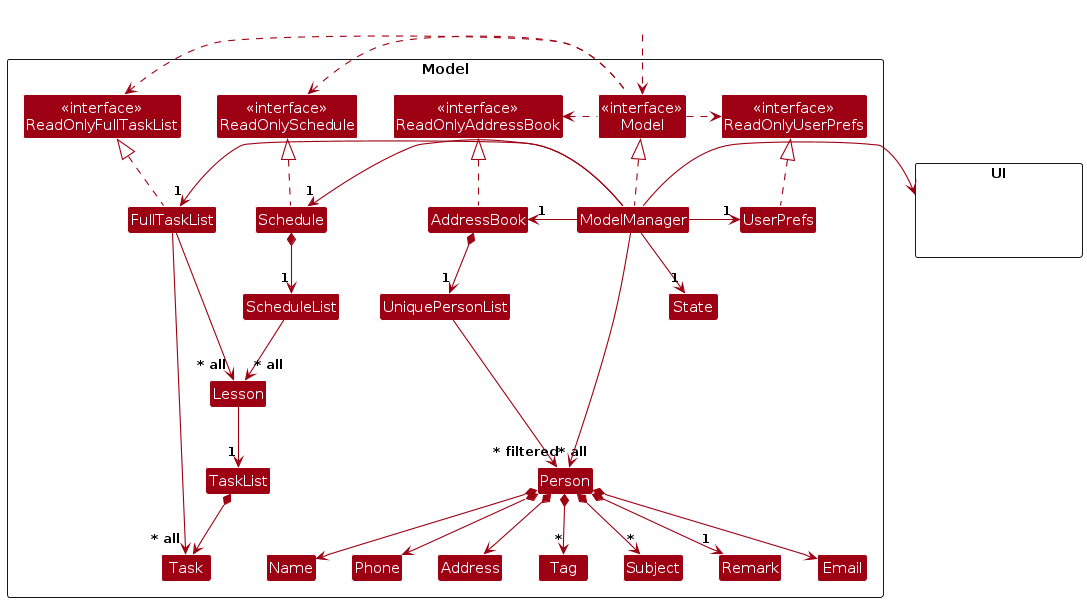
Above: diagrams/ModelClassDiagram.png in AY2324S1-CS2103T-T11-3/tp (PlantUML), before the change. Its source is kept beside it as diagrams/ModelClassDiagram.puml.
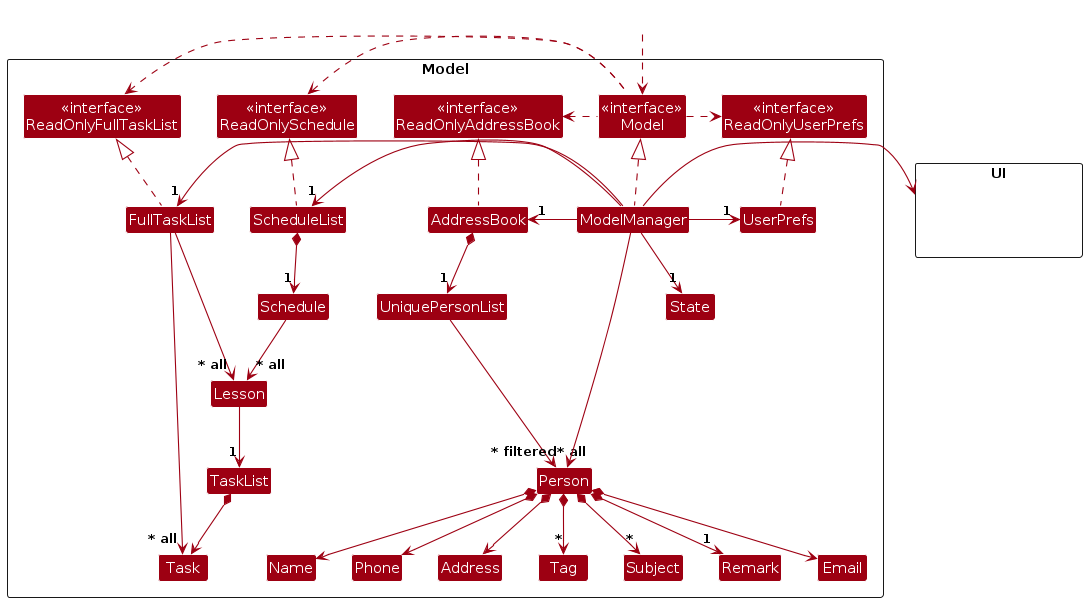
Above is the later version.

Commit message:
deploy: 080ed195d4eed4bbfeff7bbbf6fb1aa18468c67a

What changed in the source:
```diff
@@ -44,7 +44,7 @@
 HiddenOutside ..> Model
 
 AddressBook .up.|> ReadOnlyAddressBook
-Schedule .up.|> ReadOnlySchedule
+ScheduleList .up.|> ReadOnlySchedule
 FullTaskList .up.|> ReadOnlyFullTaskList
 
 ModelManager .up.|> Model
@@ -57,12 +57,12 @@
 ModelManager -right-> "1" UserPrefs
 ModelManager -> UI
 ModelManager --> "1" State
-ModelManager -left-> "1" Schedule
+ModelManager -left-> "1" ScheduleList
 ModelManager -left-> "1" FullTaskList
 UserPrefs .up.|> ReadOnlyUserPrefs
 
-Schedule *--> "1" ScheduleList
-ScheduleList --> "~* all" Lesson
+ScheduleList *--> "1" Schedule
+Schedule --> "~* all" Lesson
 Lesson --> "1" TaskList
 TaskList *--> Task
 
```
